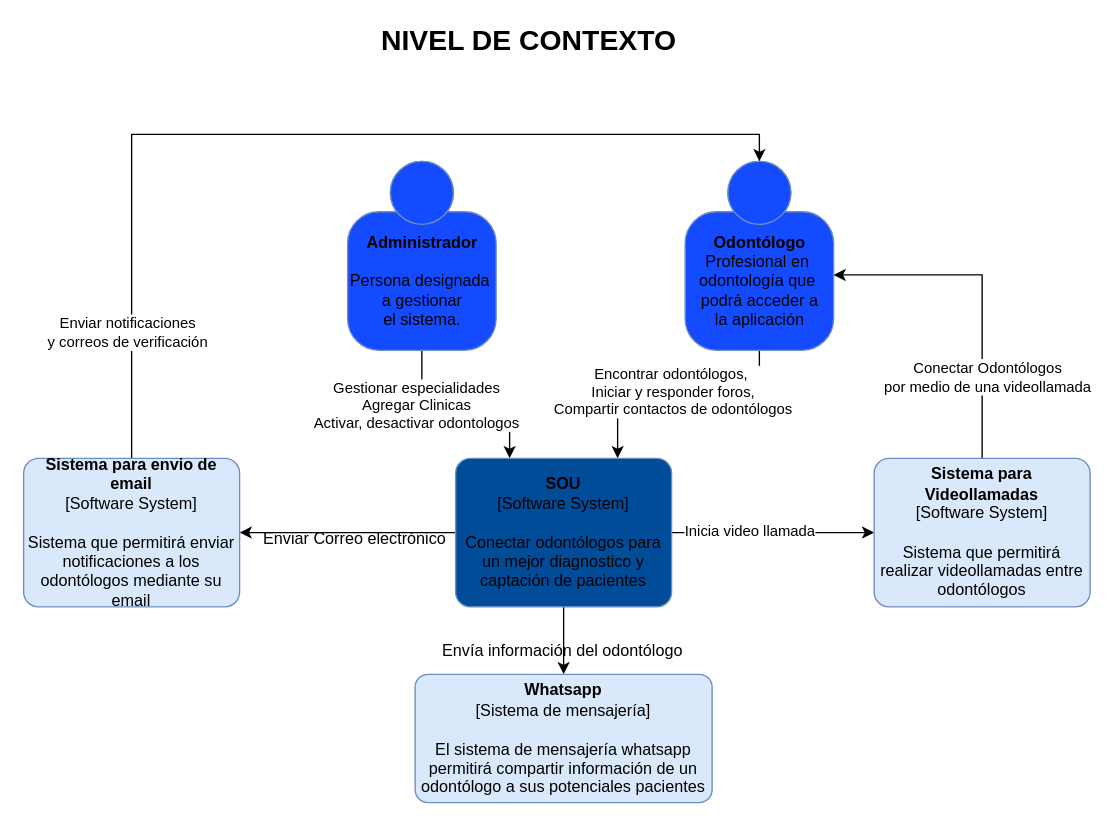
This is Untitled Diagram.drawio from vjcajilema/C4-Odontologos, a draw.io file, before an edit. Source tidied: cells renumbered, new cells numbered last; positions are measured from the earlier drawing's top-left corner, leaving out a move shared by most shapes. Both pictures are drawn from the tidied source at 135%, with x=0, y=0 at pixel (23, 26).
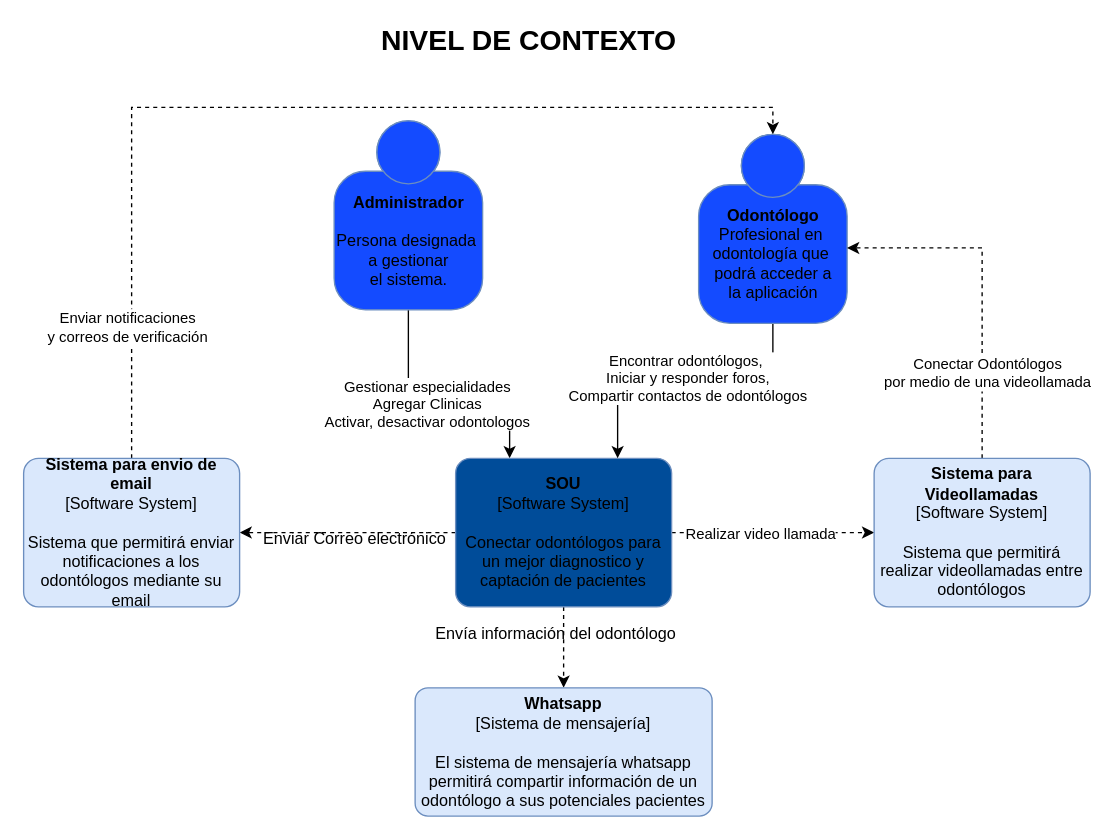
The same page after the edit.

Commit message:
diagrama de contexto Odontologos.drawio

Unchanged cells that the change refers to:
```xml
<mxCell id="9" value="&lt;b&gt;SOU&lt;/b&gt;&lt;div&gt;[Software System]&lt;/div&gt;&lt;br&gt;&lt;div&gt;Conectar odontólogos para un mejor diagnostico y captación de pacientes&lt;/div&gt;" style="rounded=1;whiteSpace=wrap;html=1;labelBackgroundColor=none;fillColor=#004C99;fontColor=#000000;align=center;arcSize=10;strokeColor=#6c8ebf;points=[[0.25,0,0],[0.5,0,0],[0.75,0,0],[1,0.25,0],[1,0.5,0],[1,0.75,0],[0.75,1,0],[0.5,1,0],[0.25,1,0],[0,0.75,0],[0,0.5,0],[0,0.25,0]];gradientColor=none;" parent="1" vertex="1">
  <mxGeometry x="320" y="320" width="160" height="110" as="geometry" />
</mxCell>
<mxCell id="10" style="edgeStyle=orthogonalEdgeStyle;rounded=0;jettySize=auto;html=1;exitX=0.5;exitY=1;exitDx=0;exitDy=0;exitPerimeter=0;entryX=0.75;entryY=0;entryDx=0;entryDy=0;entryPerimeter=0;" parent="1" edge="1" source="12" target="9">
  <mxGeometry relative="1" as="geometry" />
</mxCell>
<mxCell id="15" value="&lt;b&gt;Sistema para Videollamadas&lt;/b&gt;&lt;br&gt;&lt;div&gt;[Software System]&lt;/div&gt;&lt;br&gt;&lt;div&gt;Sistema que permitirá realizar videollamadas entre odontólogos&lt;/div&gt;" style="rounded=1;whiteSpace=wrap;html=1;labelBackgroundColor=none;fillColor=#dae8fc;fontColor=#000000;align=center;arcSize=10;strokeColor=#6c8ebf;points=[[0.25,0,0],[0.5,0,0],[0.75,0,0],[1,0.25,0],[1,0.5,0],[1,0.75,0],[0.75,1,0],[0.5,1,0],[0.25,1,0],[0,0.75,0],[0,0.5,0],[0,0.25,0]];" parent="1" vertex="1">
  <mxGeometry x="630" y="320" width="160" height="110" as="geometry" />
</mxCell>
<mxCell id="18" value="&lt;b&gt;Sistema para envio de email&lt;/b&gt;&lt;br&gt;&lt;div&gt;[Software System]&lt;/div&gt;&lt;br&gt;&lt;div&gt;Sistema que permitirá enviar notificaciones a los odontólogos mediante su email&lt;/div&gt;" style="rounded=1;whiteSpace=wrap;html=1;labelBackgroundColor=none;fillColor=#dae8fc;fontColor=#000000;align=center;arcSize=10;strokeColor=#6c8ebf;points=[[0.25,0,0],[0.5,0,0],[0.75,0,0],[1,0.25,0],[1,0.5,0],[1,0.75,0],[0.75,1,0],[0.5,1,0],[0.25,1,0],[0,0.75,0],[0,0.5,0],[0,0.25,0]];" parent="1" vertex="1">
  <mxGeometry y="320" width="160" height="110" as="geometry" />
</mxCell>
```

What changed in the source:
```diff
@@
     <mxCell id="4" value="&lt;b&gt;Administrador&lt;br&gt;&lt;/b&gt;&lt;br&gt;Persona designada&amp;nbsp;&lt;br&gt;a gestionar&lt;br&gt;el sistema." style="html=1;dashed=0;whitespace=wrap;fillColor=#144BFF;strokeColor=#6C8EBF;shape=mxgraph.c4.person;align=center;points=[[0.5,0,0],[1,0.5,0],[1,0.75,0],[0.75,1,0],[0.5,1,0],[0.25,1,0],[0,0.75,0],[0,0.5,0]];" parent="1" vertex="1">
-      <mxGeometry x="240" y="100" width="110" height="140" as="geometry" />
+      <mxGeometry x="230" y="70" width="110" height="140" as="geometry" />
     </mxCell>
-    <mxCell id="5" style="edgeStyle=orthogonalEdgeStyle;rounded=0;jettySize=auto;html=1;exitX=1;exitY=0.5;exitDx=0;exitDy=0;exitPerimeter=0;" parent="1" edge="1" source="9" target="15">
+    <mxCell id="5" style="edgeStyle=orthogonalEdgeStyle;rounded=0;jettySize=auto;html=1;exitX=1;exitY=0.5;exitDx=0;exitDy=0;exitPerimeter=0;dashed=1;" parent="1" edge="1" source="9" target="15">
       <mxGeometry relative="1" as="geometry" />
     </mxCell>
-    <mxCell id="6" value="Inicia video llamada" style="edgeLabel;html=1;align=center;verticalAlign=middle;" parent="5" vertex="1">
-      <mxGeometry x="-0.24" y="2" relative="1" as="geometry" />
+    <mxCell id="6" value="Realizar video llamada" style="edgeLabel;html=1;align=center;verticalAlign=middle;" parent="5" vertex="1">
+      <mxGeometry x="-0.24" y="2" relative="1" as="geometry">
+        <mxPoint x="8" y="2" as="offset" />
+      </mxGeometry>
     </mxCell>
-    <mxCell id="7" style="edgeStyle=orthogonalEdgeStyle;rounded=0;jettySize=auto;html=1;exitX=0;exitY=0.5;exitDx=0;exitDy=0;exitPerimeter=0;entryX=1;entryY=0.5;entryDx=0;entryDy=0;entryPerimeter=0;" parent="1" edge="1" source="9" target="18">
+    <mxCell id="7" style="edgeStyle=orthogonalEdgeStyle;rounded=0;jettySize=auto;html=1;exitX=0;exitY=0.5;exitDx=0;exitDy=0;exitPerimeter=0;entryX=1;entryY=0.5;entryDx=0;entryDy=0;entryPerimeter=0;dashed=1;" parent="1" edge="1" source="9" target="18">
       <mxGeometry relative="1" as="geometry" />
     </mxCell>
-    <mxCell id="8" style="edgeStyle=orthogonalEdgeStyle;rounded=0;jettySize=auto;html=1;exitX=0.5;exitY=1;exitDx=0;exitDy=0;exitPerimeter=0;entryX=0.5;entryY=0;entryDx=0;entryDy=0;entryPerimeter=0;" parent="1" edge="1" source="9" target="19">
+    <mxCell id="8" style="edgeStyle=orthogonalEdgeStyle;rounded=0;jettySize=auto;html=1;exitX=0.5;exitY=1;exitDx=0;exitDy=0;exitPerimeter=0;entryX=0.5;entryY=0;entryDx=0;entryDy=0;entryPerimeter=0;dashed=1;" parent="1" edge="1" source="9" target="19">
       <mxGeometry relative="1" as="geometry" />
     </mxCell>
@@
     <mxCell id="11" value="Encontrar odontólogos,&amp;nbsp;&lt;br&gt;Iniciar y responder foros,&lt;br&gt;Compartir contactos de odontólogos" style="edgeLabel;html=1;align=center;verticalAlign=middle;" parent="10" vertex="1">
       <mxGeometry x="0.18" relative="1" as="geometry">
-        <mxPoint x="4" y="-10" as="offset" />
+        <mxPoint x="13" y="-10" as="offset" />
       </mxGeometry>
     </mxCell>
     <mxCell id="12" value="&lt;b&gt;Odontólogo&lt;/b&gt;&lt;br&gt;Profesional en&amp;nbsp;&lt;br&gt;odontología que&amp;nbsp;&lt;br&gt;podrá acceder a&lt;br&gt;la aplicación" style="html=1;dashed=0;whitespace=wrap;fillColor=#144BFF;strokeColor=#6C8EBF;shape=mxgraph.c4.person;align=center;points=[[0.5,0,0],[1,0.5,0],[1,0.75,0],[0.75,1,0],[0.5,1,0],[0.25,1,0],[0,0.75,0],[0,0.5,0]];" parent="1" vertex="1">
-      <mxGeometry x="490" y="100" width="110" height="140" as="geometry" />
+      <mxGeometry x="500" y="80" width="110" height="140" as="geometry" />
     </mxCell>
-    <mxCell id="13" style="edgeStyle=orthogonalEdgeStyle;rounded=0;jettySize=auto;html=1;exitX=0.5;exitY=0;exitDx=0;exitDy=0;exitPerimeter=0;entryX=1;entryY=0.601;entryDx=0;entryDy=0;entryPerimeter=0;" parent="1" edge="1" source="15" target="12">
+    <mxCell id="13" style="edgeStyle=orthogonalEdgeStyle;rounded=0;jettySize=auto;html=1;exitX=0.5;exitY=0;exitDx=0;exitDy=0;exitPerimeter=0;entryX=1;entryY=0.601;entryDx=0;entryDy=0;entryPerimeter=0;dashed=1;" parent="1" edge="1" source="15" target="12">
       <mxGeometry relative="1" as="geometry" />
     </mxCell>
@@
-    <mxCell id="16" style="edgeStyle=orthogonalEdgeStyle;rounded=0;jettySize=auto;html=1;exitX=0.5;exitY=0;exitDx=0;exitDy=0;exitPerimeter=0;entryX=0.5;entryY=0;entryDx=0;entryDy=0;entryPerimeter=0;" parent="1" edge="1" source="18" target="12">
+    <mxCell id="16" style="edgeStyle=orthogonalEdgeStyle;rounded=0;jettySize=auto;html=1;exitX=0.5;exitY=0;exitDx=0;exitDy=0;exitPerimeter=0;entryX=0.5;entryY=0;entryDx=0;entryDy=0;entryPerimeter=0;dashed=1;" parent="1" edge="1" source="18" target="12">
       <mxGeometry relative="1" as="geometry" />
     </mxCell>
@@
     <mxCell id="19" value="&lt;b&gt;Whatsapp&lt;/b&gt;&lt;div&gt;[Sistema de mensajería]&lt;/div&gt;&lt;br&gt;&lt;div&gt;El sistema de mensajería&amp;nbsp;whatsapp permitirá compartir información de un odontólogo a sus potenciales pacientes&lt;/div&gt;" style="rounded=1;whiteSpace=wrap;html=1;labelBackgroundColor=none;fillColor=#dae8fc;fontColor=#000000;align=center;arcSize=10;strokeColor=#6c8ebf;points=[[0.25,0,0],[0.5,0,0],[0.75,0,0],[1,0.25,0],[1,0.5,0],[1,0.75,0],[0.75,1,0],[0.5,1,0],[0.25,1,0],[0,0.75,0],[0,0.5,0],[0,0.25,0]];" parent="1" vertex="1">
-      <mxGeometry x="290" y="480" width="220" height="95" as="geometry" />
+      <mxGeometry x="290" y="490" width="220" height="95" as="geometry" />
     </mxCell>
-    <mxCell id="20" value="Enviar Correo electrónico" style="text;html=1;align=center;verticalAlign=middle;" parent="1" vertex="1">
+    <mxCell id="20" value="Enviar Correo electrónico" style="text;html=1;align=center;verticalAlign=middle;dashed=1;" parent="1" vertex="1">
       <mxGeometry x="170" y="370" width="150" height="20" as="geometry" />
     </mxCell>
     <mxCell id="21" value="Envía información del odontólogo" style="text;html=1;align=center;verticalAlign=middle;" parent="1" vertex="1">
-      <mxGeometry x="304" y="453" width="190" height="20" as="geometry" />
+      <mxGeometry x="299" y="440" width="190" height="20" as="geometry" />
     </mxCell>
```
